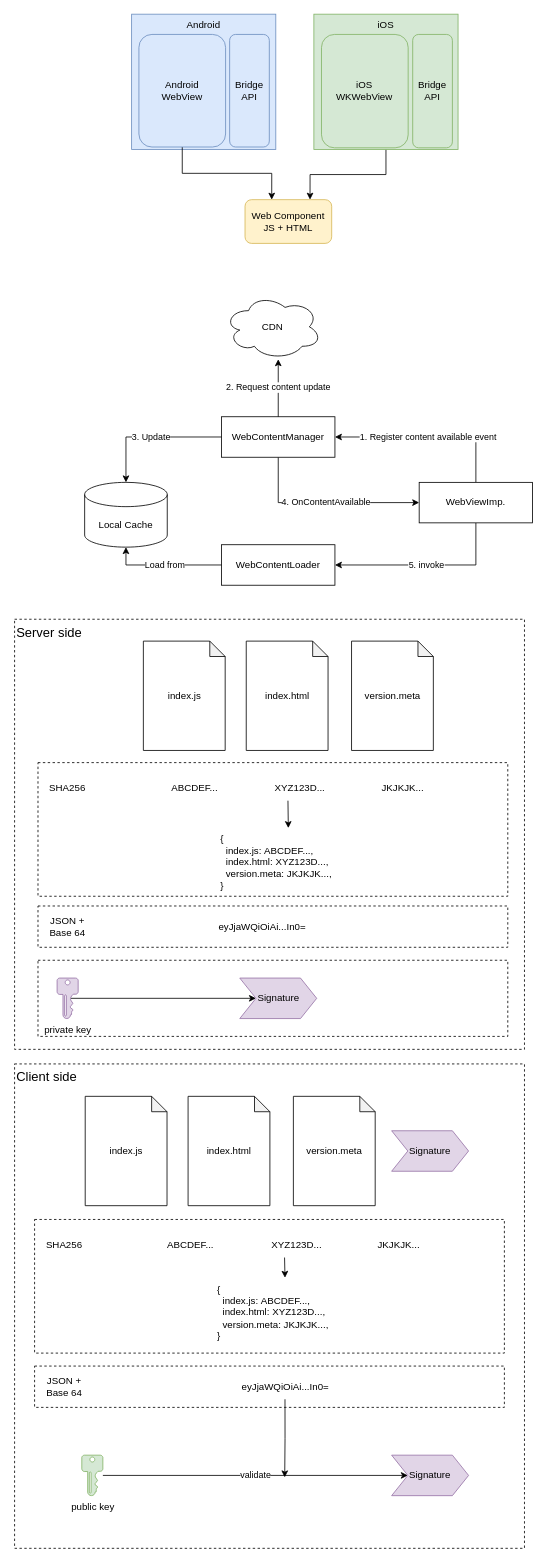
lancelodliu/draw.io keeps this draw.io diagram as PaymentSDK.drawio. Above is the earlier version. Source tidied: cells renumbered, new cells numbered last; positions are measured from the earlier drawing's top-left corner, leaving out a move shared by most shapes. Both pictures are drawn from the tidied source at 81%, with x=0, y=0 at pixel (14, 14).
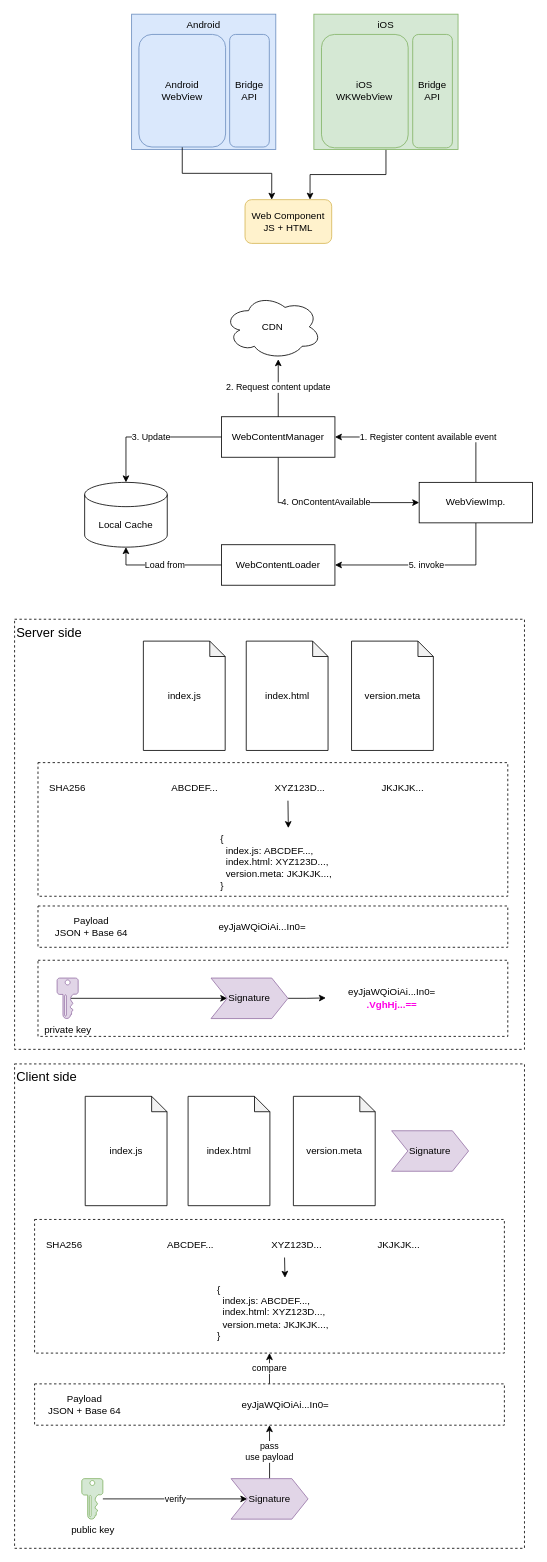
Above is the later version.

Unchanged cells that the change refers to:
```xml
<mxCell id="45" style="rounded=0;whiteSpace=wrap;html=1;dashed=1;" parent="1" vertex="1">
  <mxGeometry x="25.2" y="1488" width="580" height="165" as="geometry" />
</mxCell>
```

What changed in the source:
```diff
@@
     <mxCell id="2" style="rounded=0;whiteSpace=wrap;html=1;dashed=1;" parent="1" vertex="1">
-      <mxGeometry x="25.2" y="1757" width="580" height="94" as="geometry" />
+      <mxGeometry x="25.2" y="1786" width="580" height="94" as="geometry" />
     </mxCell>
@@
-    <mxCell id="37" value="JSON + Base 64" style="text;html=1;align=center;verticalAlign=middle;whiteSpace=wrap;rounded=0;" parent="1" vertex="1">
-      <mxGeometry x="36" y="1112" width="60" height="30" as="geometry" />
+    <mxCell id="37" value="Payload&lt;div&gt;JSON + Base 64&lt;/div&gt;" style="text;html=1;align=center;verticalAlign=middle;whiteSpace=wrap;rounded=0;" parent="1" vertex="1">
+      <mxGeometry x="36" y="1112" width="119" height="30" as="geometry" />
     </mxCell>
@@
+    <mxCell id="60" style="edgeStyle=orthogonalEdgeStyle;rounded=0;jettySize=auto;html=1;exitX=1;exitY=0.5;exitDx=0;exitDy=0;" parent="1" edge="1" source="40" target="63">
+      <mxGeometry relative="1" as="geometry" />
+    </mxCell>
     <mxCell id="40" value="Signature" style="shape=step;perimeter=stepPerimeter;whiteSpace=wrap;html=1;fixedSize=1;fillColor=#e1d5e7;strokeColor=#9673a6;" parent="1" vertex="1">
-      <mxGeometry x="278.5" y="1190" width="95" height="50" as="geometry" />
+      <mxGeometry x="243" y="1190" width="95" height="50" as="geometry" />
     </mxCell>
@@
+    <mxCell id="61" value="compare" style="edgeStyle=orthogonalEdgeStyle;rounded=0;jettySize=auto;html=1;exitX=0.5;exitY=0;exitDx=0;exitDy=0;entryX=0.5;entryY=1;entryDx=0;entryDy=0;" parent="1" edge="1" source="52" target="45">
+      <mxGeometry relative="1" as="geometry" />
+    </mxCell>
     <mxCell id="52" style="rounded=0;whiteSpace=wrap;html=1;dashed=1;" parent="1" vertex="1">
-      <mxGeometry x="25.2" y="1669" width="580" height="51" as="geometry" />
+      <mxGeometry x="25.2" y="1691" width="580" height="51" as="geometry" />
     </mxCell>
-    <mxCell id="53" value="JSON + Base 64" style="text;html=1;align=center;verticalAlign=middle;whiteSpace=wrap;rounded=0;" parent="1" vertex="1">
-      <mxGeometry x="31.8" y="1680" width="60" height="30" as="geometry" />
+    <mxCell id="53" value="Payload&lt;div&gt;JSON + Base 64&lt;/div&gt;" style="text;html=1;align=center;verticalAlign=middle;whiteSpace=wrap;rounded=0;" parent="1" vertex="1">
+      <mxGeometry x="31.8" y="1702" width="110.2" height="30" as="geometry" />
     </mxCell>
-    <mxCell id="54" style="edgeStyle=orthogonalEdgeStyle;rounded=0;jettySize=auto;html=1;exitX=0.5;exitY=1;exitDx=0;exitDy=0;" parent="1" edge="1" source="55">
-      <mxGeometry relative="1" as="geometry">
-        <mxPoint x="334" y="1806.4" as="targetPoint" />
-      </mxGeometry>
-    </mxCell>
     <mxCell id="55" value="eyJjaWQiOiAi...In0=" style="text;html=1;align=center;verticalAlign=middle;whiteSpace=wrap;rounded=0;" parent="1" vertex="1">
-      <mxGeometry x="284.6" y="1680" width="99.5" height="30" as="geometry" />
+      <mxGeometry x="284.6" y="1702" width="99.5" height="30" as="geometry" />
     </mxCell>
@@
-    <mxCell id="57" value="validate" style="edgeStyle=orthogonalEdgeStyle;rounded=0;jettySize=auto;html=1;entryX=0;entryY=0.5;entryDx=0;entryDy=0;" parent="1" edge="1" source="58" target="59">
+    <mxCell id="57" value="verify" style="edgeStyle=orthogonalEdgeStyle;rounded=0;jettySize=auto;html=1;entryX=0;entryY=0.5;entryDx=0;entryDy=0;" parent="1" edge="1" source="58" target="59">
       <mxGeometry relative="1" as="geometry" />
     </mxCell>
     <mxCell id="58" value="public key" style="sketch=0;shadow=0;dashed=0;html=1;strokeColor=#82b366;labelPosition=center;verticalLabelPosition=bottom;verticalAlign=top;align=center;fillColor=#d5e8d4;shape=mxgraph.mscae.enterprise.key_permissions;" parent="1" vertex="1">
-      <mxGeometry x="83.5" y="1779" width="26" height="50" as="geometry" />
+      <mxGeometry x="83.5" y="1808" width="26" height="50" as="geometry" />
     </mxCell>
+    <mxCell id="62" value="pass&lt;div&gt;use payload&lt;/div&gt;" style="edgeStyle=orthogonalEdgeStyle;rounded=0;jettySize=auto;html=1;exitX=0.5;exitY=0;exitDx=0;exitDy=0;entryX=0.5;entryY=1;entryDx=0;entryDy=0;" parent="1" edge="1" source="59" target="52">
+      <mxGeometry relative="1" as="geometry" />
+    </mxCell>
     <mxCell id="59" value="Signature" style="shape=step;perimeter=stepPerimeter;whiteSpace=wrap;html=1;fixedSize=1;fillColor=#e1d5e7;strokeColor=#9673a6;" parent="1" vertex="1">
-      <mxGeometry x="466" y="1779" width="95" height="50" as="geometry" />
+      <mxGeometry x="267.8" y="1808" width="95" height="50" as="geometry" />
     </mxCell>
+    <mxCell id="63" value="eyJjaWQiOiAi...In0=&lt;div&gt;&lt;b&gt;&lt;font color=&quot;#ff00e6&quot;&gt;.VghHj...==&lt;/font&gt;&lt;/b&gt;&lt;/div&gt;" style="text;html=1;align=center;verticalAlign=middle;whiteSpace=wrap;rounded=0;" parent="1" vertex="1">
+      <mxGeometry x="384.8" y="1184" width="163.2" height="61" as="geometry" />
+    </mxCell>
```
